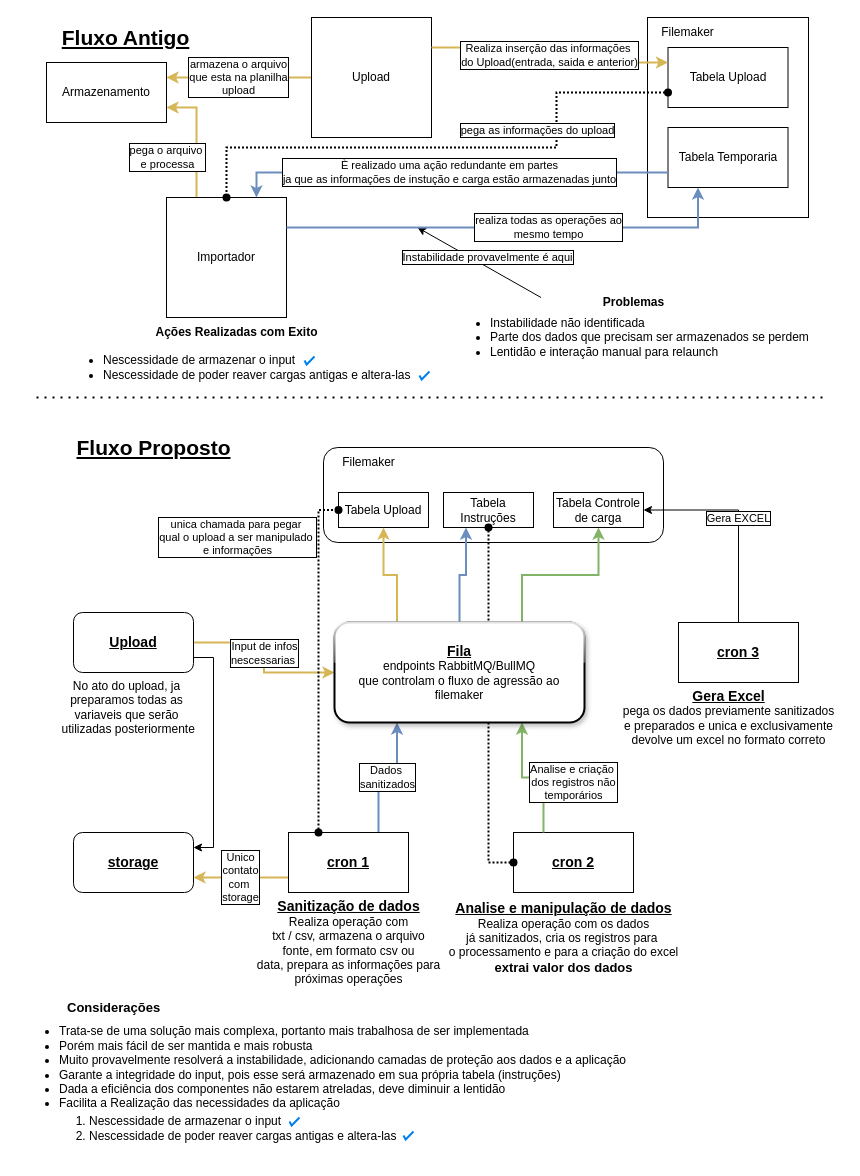
Above: NovoFluxoImportador.drawio in ArturArtimonte/diagrans (draw.io), before the change. Source tidied: cells renumbered, new cells numbered last; positions are measured from the earlier drawing's top-left corner, leaving out a move shared by most shapes. Both pictures are drawn from the tidied source at 100%, with x=0, y=0 at pixel (17, 17).
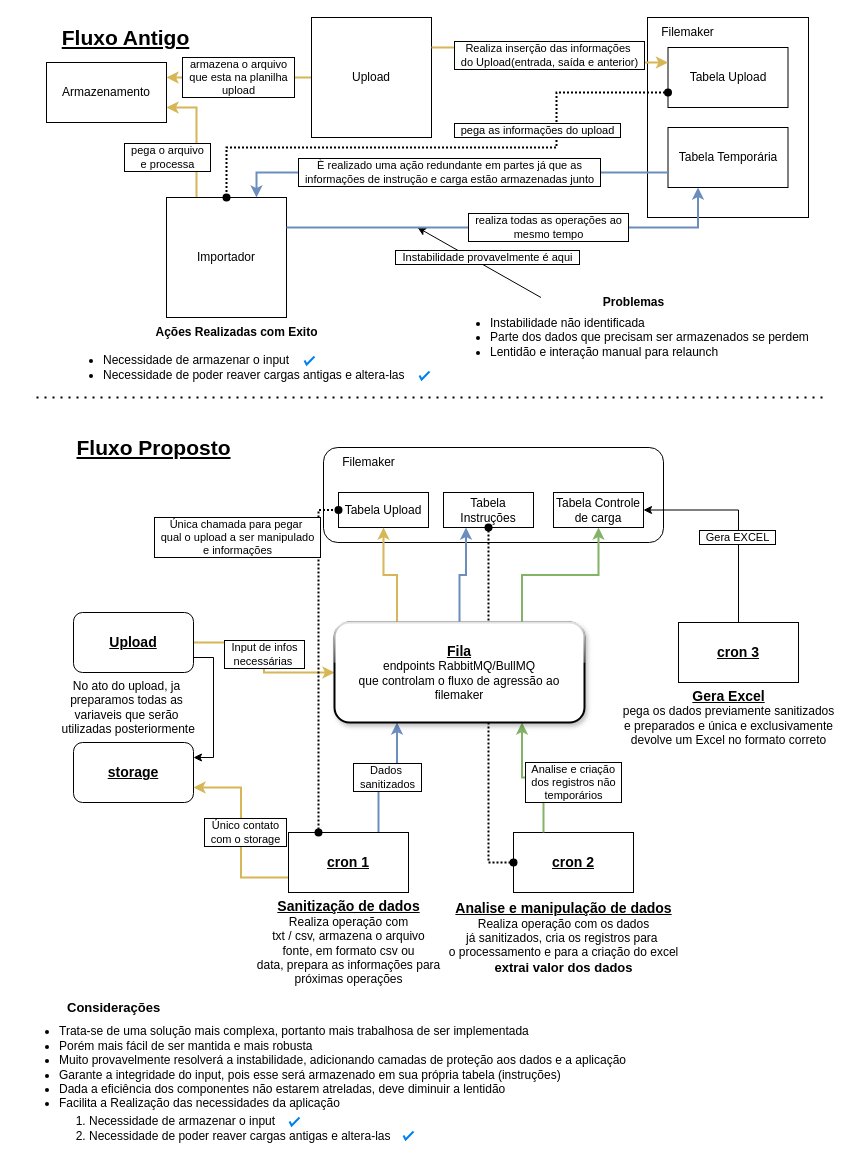
The same diagram, later.

Unchanged cells that the change refers to:
```xml
<mxCell id="4" value="Upload" style="rounded=0;whiteSpace=wrap;html=1;" parent="1" vertex="1">
  <mxGeometry x="294" width="120" height="120" as="geometry" />
</mxCell>
<mxCell id="6" value="Importador" style="rounded=0;whiteSpace=wrap;html=1;" parent="1" vertex="1">
  <mxGeometry x="149" y="180" width="120" height="120" as="geometry" />
</mxCell>
<mxCell id="8" value="Armazenamento" style="rounded=0;whiteSpace=wrap;html=1;" parent="1" vertex="1">
  <mxGeometry x="29" y="45" width="120" height="60" as="geometry" />
</mxCell>
<mxCell id="13" value="&lt;b&gt;&lt;u&gt;&lt;font style=&quot;font-size: 14px;&quot;&gt;Upload&lt;/font&gt;&lt;/u&gt;&lt;/b&gt;" style="rounded=1;whiteSpace=wrap;html=1;" parent="1" vertex="1">
  <mxGeometry x="56" y="595" width="120" height="60" as="geometry" />
</mxCell>
<mxCell id="20" value="&lt;font style=&quot;font-size: 14px;&quot;&gt;&lt;b&gt;&lt;u&gt;cron 1&lt;/u&gt;&lt;/b&gt;&lt;/font&gt;" style="rounded=0;whiteSpace=wrap;html=1;" parent="1" vertex="1">
  <mxGeometry x="271" y="815" width="120" height="60" as="geometry" />
</mxCell>
<mxCell id="21" value="&lt;font style=&quot;font-size: 14px;&quot;&gt;&lt;b&gt;&lt;u&gt;cron 2&lt;/u&gt;&lt;/b&gt;&lt;/font&gt;" style="rounded=0;whiteSpace=wrap;html=1;" parent="1" vertex="1">
  <mxGeometry x="496" y="815" width="120" height="60" as="geometry" />
</mxCell>
<mxCell id="24" value="&lt;font style=&quot;font-size: 14px;&quot;&gt;&lt;b&gt;&lt;u&gt;cron 3&lt;/u&gt;&lt;/b&gt;&lt;/font&gt;" style="rounded=0;whiteSpace=wrap;html=1;" parent="1" vertex="1">
  <mxGeometry x="661" y="605" width="120" height="60" as="geometry" />
</mxCell>
<mxCell id="27" value="Tabela Upload" style="rounded=0;whiteSpace=wrap;html=1;" parent="1" vertex="1">
  <mxGeometry x="321" y="475" width="90" height="35" as="geometry" />
</mxCell>
<mxCell id="31" value="Tabela Controle de carga" style="rounded=0;whiteSpace=wrap;html=1;" parent="1" vertex="1">
  <mxGeometry x="536" y="475" width="90" height="35" as="geometry" />
</mxCell>
<mxCell id="35" value="&lt;b&gt;&lt;u&gt;&lt;font style=&quot;font-size: 14px;&quot;&gt;Fila&lt;/font&gt;&lt;/u&gt;&lt;/b&gt;&lt;br&gt;endpoints RabbitMQ/BullMQ&lt;br&gt;que controlam o fluxo de agressão ao filemaker" style="rounded=1;whiteSpace=wrap;html=1;perimeterSpacing=0;shadow=1;glass=1;strokeWidth=2;" parent="1" vertex="1">
  <mxGeometry x="317" y="605" width="250" height="100" as="geometry" />
</mxCell>
<mxCell id="40" value="&lt;ul&gt;&lt;li&gt;Instabilidade não identificada&lt;/li&gt;&lt;li&gt;Parte dos dados que precisam ser armazenados se perdem&lt;/li&gt;&lt;li&gt;Lentidão e interação manual para relaunch&lt;/li&gt;&lt;/ul&gt;" style="text;strokeColor=none;fillColor=none;html=1;whiteSpace=wrap;verticalAlign=middle;overflow=hidden;" parent="1" vertex="1">
  <mxGeometry x="431" y="280" width="370" height="80" as="geometry" />
</mxCell>
<mxCell id="43" value="Tabela Upload" style="rounded=0;whiteSpace=wrap;html=1;" parent="1" vertex="1">
  <mxGeometry x="650.5" y="30" width="120" height="60" as="geometry" />
</mxCell>
```

The edit, as a diff of the source:
```diff
@@
-    <mxCell id="3" value="armazena o arquivo&lt;br&gt;que esta na planilha&lt;br&gt;upload" style="edgeStyle=orthogonalEdgeStyle;rounded=0;jettySize=auto;html=1;exitX=0;exitY=0.5;exitDx=0;exitDy=0;entryX=1;entryY=0.25;entryDx=0;entryDy=0;strokeWidth=2;labelBorderColor=default;fillColor=#fff2cc;strokeColor=#d6b656;" parent="1" edge="1" source="4" target="8">
+    <mxCell id="3" value="armazena o arquivo&lt;br&gt;&amp;nbsp; que esta na planilha&amp;nbsp;&amp;nbsp;&lt;br&gt;upload" style="edgeStyle=orthogonalEdgeStyle;rounded=0;jettySize=auto;html=1;exitX=0;exitY=0.5;exitDx=0;exitDy=0;entryX=1;entryY=0.25;entryDx=0;entryDy=0;strokeWidth=2;labelBorderColor=default;fillColor=#fff2cc;strokeColor=#d6b656;" parent="1" edge="1" source="4" target="8">
       <mxGeometry x="0.01" relative="1" as="geometry" />
     </mxCell>
@@
-    <mxCell id="5" value="pega o arquivo&amp;nbsp;&lt;br&gt;e processa" style="edgeStyle=orthogonalEdgeStyle;rounded=0;jettySize=auto;html=1;exitX=0.25;exitY=0;exitDx=0;exitDy=0;entryX=1;entryY=0.75;entryDx=0;entryDy=0;strokeWidth=2;labelBorderColor=default;fillColor=#fff2cc;strokeColor=#d6b656;" parent="1" edge="1" source="6" target="8">
+    <mxCell id="5" value="&amp;nbsp; pega o arquivo&amp;nbsp;&amp;nbsp;&lt;br&gt;e processa" style="edgeStyle=orthogonalEdgeStyle;rounded=0;jettySize=auto;html=1;exitX=0.25;exitY=0;exitDx=0;exitDy=0;entryX=1;entryY=0.75;entryDx=0;entryDy=0;strokeWidth=2;labelBorderColor=default;fillColor=#fff2cc;strokeColor=#d6b656;" parent="1" edge="1" source="6" target="8">
       <mxGeometry x="-0.33" y="29" relative="1" as="geometry" />
     </mxCell>
@@
-    <mxCell id="12" value="Input de infos&lt;br&gt;nescessarias&amp;nbsp;" style="edgeStyle=orthogonalEdgeStyle;rounded=0;jettySize=auto;html=1;exitX=1;exitY=0.5;exitDx=0;exitDy=0;entryX=0;entryY=0.5;entryDx=0;entryDy=0;fillColor=#fff2cc;strokeColor=#d6b656;strokeWidth=2;labelBorderColor=default;" parent="1" edge="1" source="13" target="35">
-      <mxGeometry x="-0.06" relative="1" as="geometry">
-        <mxPoint y="1" as="offset" />
-      </mxGeometry>
+    <mxCell id="12" value="&amp;nbsp; Input de infos&amp;nbsp;&amp;nbsp;&lt;br&gt;necessárias&amp;nbsp;" style="edgeStyle=orthogonalEdgeStyle;rounded=0;jettySize=auto;html=1;exitX=1;exitY=0.5;exitDx=0;exitDy=0;entryX=0;entryY=0.5;entryDx=0;entryDy=0;fillColor=#fff2cc;strokeColor=#d6b656;strokeWidth=2;labelBorderColor=default;" parent="1" edge="1" source="13" target="35">
+      <mxGeometry x="-0.04" relative="1" as="geometry" />
     </mxCell>
@@
     <mxCell id="15" value="&lt;font style=&quot;font-size: 14px;&quot;&gt;&lt;b&gt;&lt;u&gt;storage&lt;/u&gt;&lt;/b&gt;&lt;/font&gt;" style="rounded=1;whiteSpace=wrap;html=1;" parent="1" vertex="1">
-      <mxGeometry x="56" y="815" width="120" height="60" as="geometry" />
+      <mxGeometry x="56" y="725" width="120" height="60" as="geometry" />
     </mxCell>
@@
-    <mxCell id="18" value="Unico&lt;br&gt;contato&lt;br&gt;com&amp;nbsp;&lt;br&gt;storage" style="edgeStyle=orthogonalEdgeStyle;rounded=0;jettySize=auto;html=1;exitX=0;exitY=0.75;exitDx=0;exitDy=0;entryX=1;entryY=0.75;entryDx=0;entryDy=0;fillColor=#fff2cc;strokeColor=#d6b656;strokeWidth=2;labelBorderColor=default;" parent="1" edge="1" source="20" target="15">
+    <mxCell id="18" value="Único contato&lt;br&gt;&amp;nbsp; com o storage&amp;nbsp;&amp;nbsp;" style="edgeStyle=orthogonalEdgeStyle;rounded=0;jettySize=auto;html=1;exitX=0;exitY=0.75;exitDx=0;exitDy=0;entryX=1;entryY=0.75;entryDx=0;entryDy=0;fillColor=#fff2cc;strokeColor=#d6b656;strokeWidth=2;labelBorderColor=default;spacingLeft=8;" parent="1" edge="1" source="20" target="15">
       <mxGeometry relative="1" as="geometry" />
     </mxCell>
-    <mxCell id="19" value="Dados&amp;nbsp;&lt;br&gt;sanitizados" style="edgeStyle=orthogonalEdgeStyle;rounded=0;jettySize=auto;html=1;exitX=0.75;exitY=0;exitDx=0;exitDy=0;entryX=0.25;entryY=1;entryDx=0;entryDy=0;fillColor=#dae8fc;strokeColor=#6c8ebf;strokeWidth=2;labelBorderColor=default;" parent="1" edge="1" source="20" target="35">
+    <mxCell id="19" value="Dados&amp;nbsp;&lt;br&gt;&amp;nbsp; sanitizados&amp;nbsp;&amp;nbsp;" style="edgeStyle=orthogonalEdgeStyle;rounded=0;jettySize=auto;html=1;exitX=0.75;exitY=0;exitDx=0;exitDy=0;entryX=0.25;entryY=1;entryDx=0;entryDy=0;fillColor=#dae8fc;strokeColor=#6c8ebf;strokeWidth=2;labelBorderColor=default;" parent="1" edge="1" source="20" target="35">
       <mxGeometry relative="1" as="geometry" />
     </mxCell>
@@
-    <mxCell id="23" value="Gera EXCEL" style="edgeStyle=orthogonalEdgeStyle;rounded=0;jettySize=auto;html=1;exitX=0.5;exitY=0;exitDx=0;exitDy=0;entryX=1;entryY=0.5;entryDx=0;entryDy=0;labelBorderColor=default;" parent="1" edge="1" source="24" target="31">
-      <mxGeometry relative="1" as="geometry" />
+    <mxCell id="23" value="&amp;nbsp; Gera EXCEL&amp;nbsp;&amp;nbsp;" style="edgeStyle=orthogonalEdgeStyle;rounded=0;jettySize=auto;html=1;exitX=0.5;exitY=0;exitDx=0;exitDy=0;entryX=1;entryY=0.5;entryDx=0;entryDy=0;labelBorderColor=default;" parent="1" edge="1" source="24" target="31">
+      <mxGeometry x="-0.18" y="1" relative="1" as="geometry" />
     </mxCell>
@@
-    <mxCell id="26" value="&lt;b&gt;&lt;u&gt;&lt;font style=&quot;font-size: 14px;&quot;&gt;Gera Excel&lt;/font&gt;&lt;/u&gt;&lt;/b&gt;&lt;br&gt;pega os dados previamente sanitizados&lt;br&gt;e preparados e unica e exclusivamente&lt;br&gt;devolve um excel no formato correto" style="text;html=1;align=center;verticalAlign=middle;strokeColor=none;fillColor=none;" parent="1" vertex="1">
+    <mxCell id="26" value="&lt;b&gt;&lt;u&gt;&lt;font style=&quot;font-size: 14px;&quot;&gt;Gera Excel&lt;/font&gt;&lt;/u&gt;&lt;/b&gt;&lt;br&gt;pega os dados previamente sanitizados&lt;br&gt;e preparados e única e exclusivamente&lt;br&gt;devolve um Excel no formato correto" style="text;html=1;align=center;verticalAlign=middle;strokeColor=none;fillColor=none;" parent="1" vertex="1">
       <mxGeometry x="595.5" y="665" width="230" height="70" as="geometry" />
     </mxCell>
@@
-    <mxCell id="28" value="unica chamada para pegar&amp;nbsp;&lt;br&gt;qual o upload a ser manipulado&amp;nbsp;&lt;br&gt;e informações" style="edgeStyle=orthogonalEdgeStyle;rounded=0;jettySize=auto;html=1;exitX=0.25;exitY=0;exitDx=0;exitDy=0;startArrow=oval;startFill=1;endArrow=oval;endFill=1;entryX=0;entryY=0.5;entryDx=0;entryDy=0;fillColor=none;strokeWidth=2;dashed=1;dashPattern=1 1;labelBorderColor=default;" parent="1" edge="1" source="20" target="27">
+    <mxCell id="28" value="Única chamada para pegar&amp;nbsp;&lt;br&gt;&amp;nbsp; qual o upload a ser manipulado&amp;nbsp;&amp;nbsp;&lt;br&gt;e informações" style="edgeStyle=orthogonalEdgeStyle;rounded=0;jettySize=auto;html=1;exitX=0.25;exitY=0;exitDx=0;exitDy=0;startArrow=oval;startFill=1;endArrow=oval;endFill=1;entryX=0;entryY=0.5;entryDx=0;entryDy=0;fillColor=none;strokeWidth=2;dashed=1;dashPattern=1 1;labelBorderColor=default;" parent="1" edge="1" source="20" target="27">
       <mxGeometry x="0.72" y="81" relative="1" as="geometry" />
     </mxCell>
@@
-    <mxCell id="33" value="Analise e criação&amp;nbsp;&lt;br&gt;dos registros não&lt;br&gt;temporários" style="edgeStyle=orthogonalEdgeStyle;rounded=0;jettySize=auto;html=1;exitX=0.25;exitY=0;exitDx=0;exitDy=0;entryX=0.75;entryY=1;entryDx=0;entryDy=0;fillColor=#d5e8d4;strokeColor=#82b366;strokeWidth=2;labelBorderColor=default;" parent="1" edge="1" source="21" target="35">
+    <mxCell id="33" value="&amp;nbsp; Analise e criação&amp;nbsp;&amp;nbsp;&lt;br&gt;dos registros não&lt;br&gt;temporários" style="edgeStyle=orthogonalEdgeStyle;rounded=0;jettySize=auto;html=1;exitX=0.25;exitY=0;exitDx=0;exitDy=0;entryX=0.75;entryY=1;entryDx=0;entryDy=0;fillColor=#d5e8d4;strokeColor=#82b366;strokeWidth=2;labelBorderColor=default;" parent="1" edge="1" source="21" target="35">
       <mxGeometry x="-0.24" y="-30" relative="1" as="geometry" />
     </mxCell>
@@
-    <mxCell id="37" value="&lt;ul&gt;&lt;li&gt;Nescessidade de armazenar o input&lt;/li&gt;&lt;li&gt;Nescessidade de poder reaver cargas antigas e altera-las&lt;/li&gt;&lt;/ul&gt;" style="text;strokeColor=none;fillColor=none;html=1;whiteSpace=wrap;verticalAlign=middle;overflow=hidden;" parent="1" vertex="1">
+    <mxCell id="37" value="&lt;ul&gt;&lt;li&gt;Necessidade de armazenar o input&lt;/li&gt;&lt;li&gt;Necessidade de poder reaver cargas antigas e altera-las&lt;/li&gt;&lt;/ul&gt;" style="text;strokeColor=none;fillColor=none;html=1;whiteSpace=wrap;verticalAlign=middle;overflow=hidden;" parent="1" vertex="1">
       <mxGeometry x="44" y="310" width="370" height="80" as="geometry" />
     </mxCell>
@@
-    <mxCell id="41" value="Instabilidade provavelmente é aqui" style="endArrow=classic;html=1;rounded=0;exitX=0.25;exitY=0;exitDx=0;exitDy=0;labelBorderColor=default;" parent="1" edge="1" source="40">
+    <mxCell id="41" value="&amp;nbsp; Instabilidade provavelmente é aqui&amp;nbsp;&amp;nbsp;" style="endArrow=classic;html=1;rounded=0;exitX=0.25;exitY=0;exitDx=0;exitDy=0;labelBorderColor=default;spacingTop=0;spacing=2;spacingBottom=0;spacingLeft=0;" parent="1" edge="1" source="40">
       <mxGeometry x="-0.07" y="-8" relative="1" as="geometry">
         <mxPoint x="400" y="210" as="targetPoint" />
       </mxGeometry>
     </mxCell>
@@
-    <mxCell id="44" value="Tabela Temporaria" style="rounded=0;whiteSpace=wrap;html=1;" parent="1" vertex="1">
+    <mxCell id="44" value="Tabela Temporária" style="rounded=0;whiteSpace=wrap;html=1;" parent="1" vertex="1">
       <mxGeometry x="650.5" y="110" width="120" height="60" as="geometry" />
     </mxCell>
-    <mxCell id="45" value="realiza todas as operações ao &lt;br&gt;mesmo tempo" style="edgeStyle=orthogonalEdgeStyle;rounded=0;jettySize=auto;html=1;exitX=1;exitY=0.25;exitDx=0;exitDy=0;entryX=0.25;entryY=1;entryDx=0;entryDy=0;strokeWidth=2;fillColor=#dae8fc;strokeColor=#6c8ebf;labelBorderColor=default;" parent="1" edge="1" source="6" target="44">
+    <mxCell id="45" value="&amp;nbsp; realiza todas as operações ao&amp;nbsp;&amp;nbsp;&lt;br&gt;mesmo tempo" style="edgeStyle=orthogonalEdgeStyle;rounded=0;jettySize=auto;html=1;exitX=1;exitY=0.25;exitDx=0;exitDy=0;entryX=0.25;entryY=1;entryDx=0;entryDy=0;strokeWidth=2;fillColor=#dae8fc;strokeColor=#6c8ebf;labelBorderColor=default;" parent="1" edge="1" source="6" target="44">
       <mxGeometry x="0.16" relative="1" as="geometry" />
     </mxCell>
-    <mxCell id="46" value="pega as informações do upload" style="edgeStyle=orthogonalEdgeStyle;rounded=0;jettySize=auto;html=1;exitX=0;exitY=0.75;exitDx=0;exitDy=0;entryX=0.5;entryY=0;entryDx=0;entryDy=0;endArrow=oval;endFill=1;startArrow=oval;startFill=1;dashed=1;dashPattern=1 1;strokeWidth=2;labelBorderColor=default;" parent="1" edge="1" source="43" target="6">
+    <mxCell id="46" value="&amp;nbsp; pega as informações do upload&amp;nbsp;&amp;nbsp;" style="edgeStyle=orthogonalEdgeStyle;rounded=0;jettySize=auto;html=1;exitX=0;exitY=0.75;exitDx=0;exitDy=0;entryX=0.5;entryY=0;entryDx=0;entryDy=0;endArrow=oval;endFill=1;startArrow=oval;startFill=1;dashed=1;dashPattern=1 1;strokeWidth=2;labelBorderColor=default;" parent="1" edge="1" source="43" target="6">
       <mxGeometry x="-0.46" y="-19" relative="1" as="geometry">
         <Array as="points">
           <mxPoint x="539" y="75" />
           <mxPoint x="539" y="130" />
           <mxPoint x="209" y="130" />
         </Array>
         <mxPoint y="1" as="offset" />
       </mxGeometry>
     </mxCell>
-    <mxCell id="47" value="È realizado uma ação redundante em partes&lt;br&gt;ja que as informações de instução e carga estão armazenadas junto" style="edgeStyle=orthogonalEdgeStyle;rounded=0;jettySize=auto;html=1;exitX=0.75;exitY=0;exitDx=0;exitDy=0;entryX=0;entryY=0.75;entryDx=0;entryDy=0;startArrow=classic;startFill=1;endArrow=none;endFill=0;strokeWidth=2;fillColor=#dae8fc;strokeColor=#6c8ebf;labelBorderColor=default;" parent="1" edge="1" source="6" target="44">
+    <mxCell id="47" value="È realizado uma ação redundante em partes já que as &lt;br&gt;&amp;nbsp; informações de instrução e carga estão armazenadas junto&amp;nbsp;&amp;nbsp;" style="edgeStyle=orthogonalEdgeStyle;rounded=0;jettySize=auto;html=1;exitX=0.75;exitY=0;exitDx=0;exitDy=0;entryX=0;entryY=0.75;entryDx=0;entryDy=0;startArrow=classic;startFill=1;endArrow=none;endFill=0;strokeWidth=2;fillColor=#dae8fc;strokeColor=#6c8ebf;labelBorderColor=default;" parent="1" edge="1" source="6" target="44">
       <mxGeometry relative="1" as="geometry" />
     </mxCell>
-    <mxCell id="48" value="Realiza inserção das informações&amp;nbsp;&lt;br&gt;do Upload(entrada, saida e anterior)" style="edgeStyle=orthogonalEdgeStyle;rounded=0;jettySize=auto;html=1;exitX=1;exitY=0.25;exitDx=0;exitDy=0;entryX=0;entryY=0.25;entryDx=0;entryDy=0;strokeWidth=2;labelBorderColor=default;fillColor=#fff2cc;strokeColor=#d6b656;" parent="1" edge="1" source="4" target="43">
+    <mxCell id="48" value="Realiza inserção das informações&amp;nbsp;&lt;br&gt;&amp;nbsp; do Upload(entrada, saída e anterior)&amp;nbsp;&amp;nbsp;" style="edgeStyle=orthogonalEdgeStyle;rounded=0;jettySize=auto;html=1;exitX=1;exitY=0.25;exitDx=0;exitDy=0;entryX=0;entryY=0.25;entryDx=0;entryDy=0;strokeWidth=2;labelBorderColor=default;fillColor=#fff2cc;strokeColor=#d6b656;" parent="1" edge="1" source="4" target="43">
       <mxGeometry relative="1" as="geometry" />
     </mxCell>
@@
-    <mxCell id="51" value="&lt;ol&gt;&lt;li style=&quot;border-color: var(--border-color);&quot;&gt;Nescessidade de armazenar o input&lt;/li&gt;&lt;li style=&quot;border-color: var(--border-color);&quot;&gt;Nescessidade de poder reaver cargas antigas e altera-las&lt;/li&gt;&lt;/ol&gt;" style="text;strokeColor=none;fillColor=none;html=1;whiteSpace=wrap;verticalAlign=middle;overflow=hidden;" parent="1" vertex="1">
+    <mxCell id="51" value="&lt;ol&gt;&lt;li style=&quot;border-color: var(--border-color);&quot;&gt;Necessidade de armazenar o input&lt;/li&gt;&lt;li style=&quot;border-color: var(--border-color);&quot;&gt;Necessidade de poder reaver cargas antigas e altera-las&lt;/li&gt;&lt;/ol&gt;" style="text;strokeColor=none;fillColor=none;html=1;whiteSpace=wrap;verticalAlign=middle;overflow=hidden;" parent="1" vertex="1">
       <mxGeometry x="30" y="1080" width="381" height="61" as="geometry" />
     </mxCell>
```
